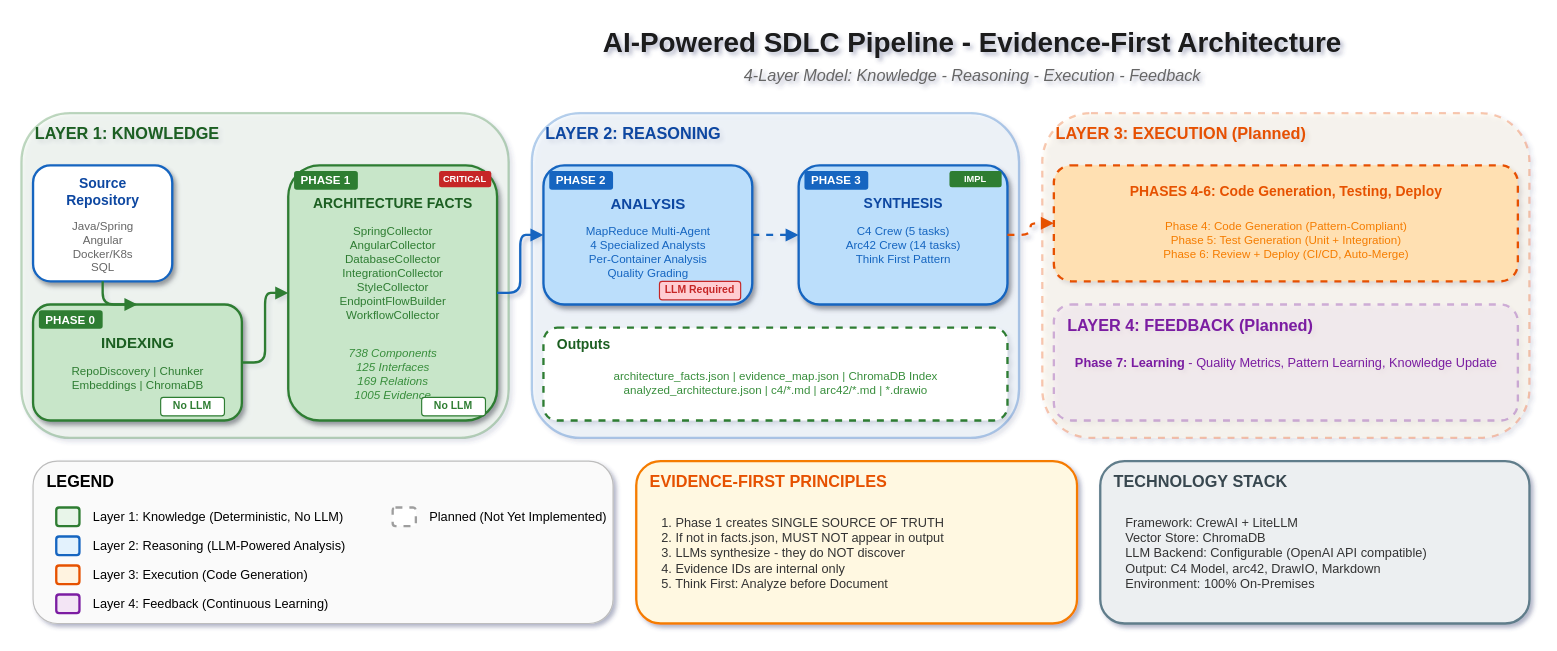
aymenmastouri/aicodegencrew keeps this draw.io diagram as docs/diagrams/phase-flow.drawio. Above is the earlier version. Source tidied: cells renumbered, new cells numbered last; positions are measured from the earlier drawing's top-left corner, leaving out a move shared by most shapes. Both pictures are drawn from the tidied source at 116%, with x=0, y=0 at pixel (21, 20).
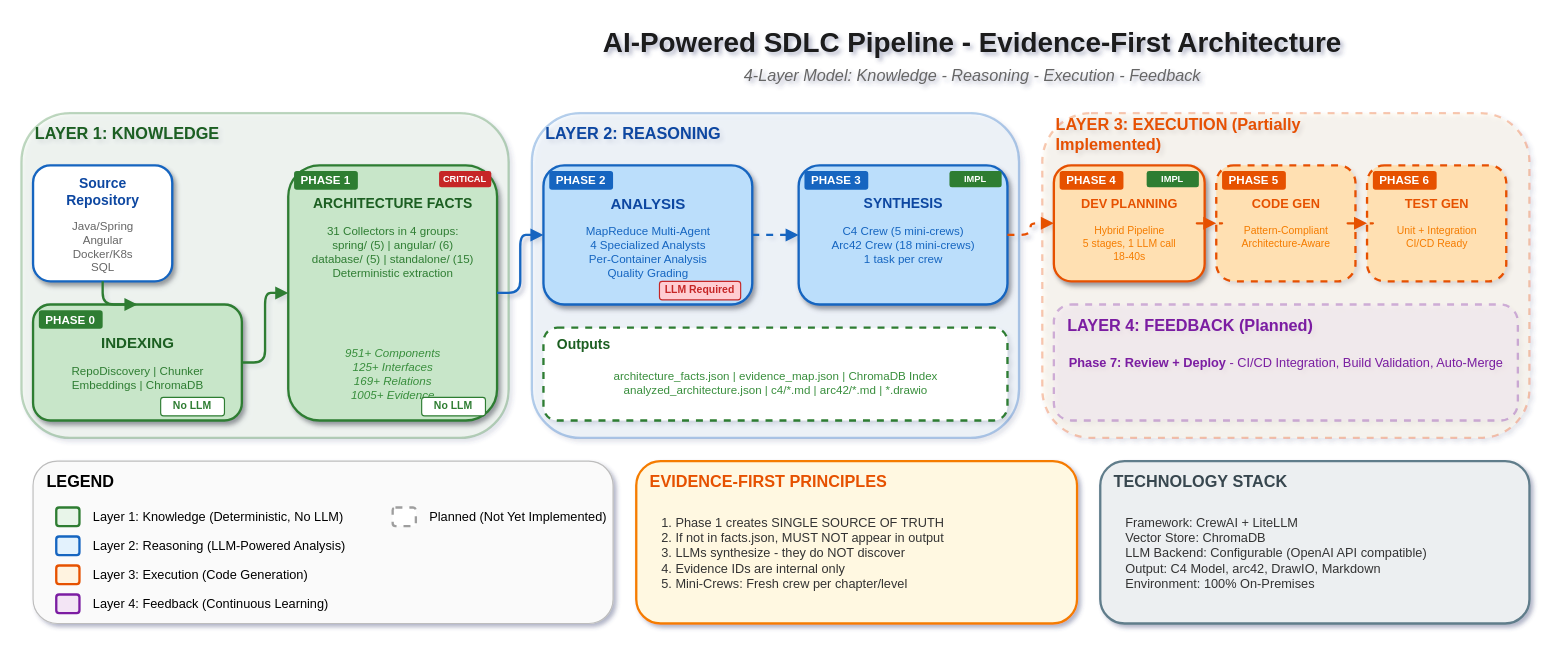
The same page after the edit.

The change refers to these unchanged cells:
```xml
<mxCell id="28" style="rounded=1;whiteSpace=wrap;html=1;fillColor=#BBDEFB;strokeColor=#1565C0;strokeWidth=2;shadow=1;" parent="1" vertex="1">
  <mxGeometry x="670" y="125" width="180" height="120" as="geometry" />
</mxCell>
```

What changed in the source:
```diff
@@
-    <mxCell id="18" value="SpringCollector&lt;br&gt;AngularCollector&lt;br&gt;DatabaseCollector&lt;br&gt;IntegrationCollector&lt;br&gt;StyleCollector&lt;br&gt;EndpointFlowBuilder&lt;br&gt;WorkflowCollector" style="text;html=1;strokeColor=none;fillColor=none;align=center;verticalAlign=top;fontSize=10;fontColor=#2E7D32;" parent="1" vertex="1">
+    <mxCell id="18" value="31 Collectors in 4 groups:&lt;br&gt;spring/ (5) | angular/ (6)&lt;br&gt;database/ (5) | standalone/ (15)&lt;br&gt;Deterministic extraction" style="text;html=1;strokeColor=none;fillColor=none;align=center;verticalAlign=top;fontSize=10;fontColor=#2E7D32;" parent="1" vertex="1">
       <mxGeometry x="230" y="170" width="180" height="100" as="geometry" />
     </mxCell>
-    <mxCell id="19" value="738 Components&lt;br&gt;125 Interfaces&lt;br&gt;169 Relations&lt;br&gt;1005 Evidence" style="text;html=1;strokeColor=none;fillColor=none;align=center;verticalAlign=top;fontSize=10;fontStyle=2;fontColor=#388E3C;" parent="1" vertex="1">
+    <mxCell id="19" value="951+ Components&lt;br&gt;125+ Interfaces&lt;br&gt;169+ Relations&lt;br&gt;1005+ Evidence" style="text;html=1;strokeColor=none;fillColor=none;align=center;verticalAlign=top;fontSize=10;fontStyle=2;fontColor=#388E3C;" parent="1" vertex="1">
       <mxGeometry x="230" y="275" width="180" height="50" as="geometry" />
     </mxCell>
@@
-    <mxCell id="32" value="C4 Crew (5 tasks)&lt;br&gt;Arc42 Crew (14 tasks)&lt;br&gt;Think First Pattern" style="text;html=1;strokeColor=none;fillColor=none;align=center;verticalAlign=top;fontSize=10;fontColor=#1565C0;" parent="1" vertex="1">
+    <mxCell id="32" value="C4 Crew (5 mini-crews)&lt;br&gt;Arc42 Crew (18 mini-crews)&lt;br&gt;1 task per crew" style="text;html=1;strokeColor=none;fillColor=none;align=center;verticalAlign=top;fontSize=10;fontColor=#1565C0;" parent="1" vertex="1">
       <mxGeometry x="670" y="170" width="180" height="55" as="geometry" />
     </mxCell>
@@
-    <mxCell id="37" value="LAYER 3: EXECUTION (Planned)" style="text;html=1;strokeColor=none;fillColor=none;align=left;verticalAlign=middle;whiteSpace=wrap;rounded=0;fontSize=14;fontStyle=1;fontColor=#E65100;" parent="1" vertex="1">
+    <mxCell id="37" value="LAYER 3: EXECUTION (Partially Implemented)" style="text;html=1;strokeColor=none;fillColor=none;align=left;verticalAlign=middle;whiteSpace=wrap;rounded=0;fontSize=14;fontStyle=1;fontColor=#E65100;" parent="1" vertex="1">
       <mxGeometry x="890" y="85" width="250" height="25" as="geometry" />
     </mxCell>
-    <mxCell id="38" style="rounded=1;whiteSpace=wrap;html=1;fillColor=#FFE0B2;strokeColor=#E65100;strokeWidth=2;dashed=1;" parent="1" vertex="1">
-      <mxGeometry x="890" y="125" width="400" height="100" as="geometry" />
-    </mxCell>
-    <mxCell id="39" value="&lt;b&gt;PHASES 4-6: Code Generation, Testing, Deploy&lt;/b&gt;" style="text;html=1;strokeColor=none;fillColor=none;align=center;verticalAlign=middle;fontSize=12;fontColor=#E65100;" parent="1" vertex="1">
-      <mxGeometry x="890" y="135" width="400" height="25" as="geometry" />
-    </mxCell>
-    <mxCell id="40" value="Phase 4: Code Generation (Pattern-Compliant)&lt;br&gt;Phase 5: Test Generation (Unit + Integration)&lt;br&gt;Phase 6: Review + Deploy (CI/CD, Auto-Merge)" style="text;html=1;strokeColor=none;fillColor=none;align=center;verticalAlign=top;fontSize=10;fontColor=#F57C00;" parent="1" vertex="1">
-      <mxGeometry x="890" y="165" width="400" height="50" as="geometry" />
-    </mxCell>
+    <mxCell id="67" style="rounded=1;whiteSpace=wrap;html=1;fillColor=#FFE0B2;strokeColor=#E65100;strokeWidth=2;shadow=1;" parent="1" vertex="1">
+      <mxGeometry x="890" y="125" width="130" height="100" as="geometry" />
+    </mxCell>
+    <mxCell id="68" value="PHASE 4" style="rounded=1;whiteSpace=wrap;html=1;fillColor=#E65100;strokeColor=none;fontColor=#ffffff;fontSize=10;fontStyle=1;" parent="1" vertex="1">
+      <mxGeometry x="895" y="130" width="55" height="16" as="geometry" />
+    </mxCell>
+    <mxCell id="69" value="IMPL" style="rounded=1;whiteSpace=wrap;html=1;fillColor=#2E7D32;strokeColor=none;fontColor=#ffffff;fontSize=8;fontStyle=1;" parent="1" vertex="1">
+      <mxGeometry x="970" y="130" width="45" height="14" as="geometry" />
+    </mxCell>
+    <mxCell id="70" value="&lt;b&gt;DEV PLANNING&lt;/b&gt;" style="text;html=1;strokeColor=none;fillColor=none;align=center;verticalAlign=middle;fontSize=11;fontColor=#E65100;" parent="1" vertex="1">
+      <mxGeometry x="890" y="148" width="130" height="20" as="geometry" />
+    </mxCell>
+    <mxCell id="71" value="Hybrid Pipeline&lt;br&gt;5 stages, 1 LLM call&lt;br&gt;18-40s" style="text;html=1;strokeColor=none;fillColor=none;align=center;verticalAlign=top;fontSize=9;fontColor=#F57C00;" parent="1" vertex="1">
+      <mxGeometry x="890" y="170" width="130" height="45" as="geometry" />
+    </mxCell>
+    <mxCell id="72" style="rounded=1;whiteSpace=wrap;html=1;fillColor=#FFE0B2;strokeColor=#E65100;strokeWidth=2;dashed=1;" parent="1" vertex="1">
+      <mxGeometry x="1030" y="125" width="120" height="100" as="geometry" />
+    </mxCell>
+    <mxCell id="73" value="PHASE 5" style="rounded=1;whiteSpace=wrap;html=1;fillColor=#E65100;strokeColor=none;fontColor=#ffffff;fontSize=10;fontStyle=1;" parent="1" vertex="1">
+      <mxGeometry x="1035" y="130" width="55" height="16" as="geometry" />
+    </mxCell>
+    <mxCell id="74" value="&lt;b&gt;CODE GEN&lt;/b&gt;" style="text;html=1;strokeColor=none;fillColor=none;align=center;verticalAlign=middle;fontSize=11;fontColor=#E65100;" parent="1" vertex="1">
+      <mxGeometry x="1030" y="148" width="120" height="20" as="geometry" />
+    </mxCell>
+    <mxCell id="75" value="Pattern-Compliant&lt;br&gt;Architecture-Aware" style="text;html=1;strokeColor=none;fillColor=none;align=center;verticalAlign=top;fontSize=9;fontColor=#F57C00;" parent="1" vertex="1">
+      <mxGeometry x="1030" y="170" width="120" height="35" as="geometry" />
+    </mxCell>
+    <mxCell id="76" style="rounded=1;whiteSpace=wrap;html=1;fillColor=#FFE0B2;strokeColor=#E65100;strokeWidth=2;dashed=1;" parent="1" vertex="1">
+      <mxGeometry x="1160" y="125" width="120" height="100" as="geometry" />
+    </mxCell>
+    <mxCell id="77" value="PHASE 6" style="rounded=1;whiteSpace=wrap;html=1;fillColor=#E65100;strokeColor=none;fontColor=#ffffff;fontSize=10;fontStyle=1;" parent="1" vertex="1">
+      <mxGeometry x="1165" y="130" width="55" height="16" as="geometry" />
+    </mxCell>
+    <mxCell id="78" value="&lt;b&gt;TEST GEN&lt;/b&gt;" style="text;html=1;strokeColor=none;fillColor=none;align=center;verticalAlign=middle;fontSize=11;fontColor=#E65100;" parent="1" vertex="1">
+      <mxGeometry x="1160" y="148" width="120" height="20" as="geometry" />
+    </mxCell>
+    <mxCell id="79" value="Unit + Integration&lt;br&gt;CI/CD Ready" style="text;html=1;strokeColor=none;fillColor=none;align=center;verticalAlign=top;fontSize=9;fontColor=#F57C00;" parent="1" vertex="1">
+      <mxGeometry x="1160" y="170" width="120" height="35" as="geometry" />
+    </mxCell>
+    <mxCell id="80" style="edgeStyle=orthogonalEdgeStyle;rounded=1;jettySize=auto;html=1;strokeWidth=2;strokeColor=#E65100;endArrow=block;endFill=1;dashed=1;" parent="1" edge="1" source="67" target="72">
+      <mxGeometry relative="1" as="geometry" />
+    </mxCell>
+    <mxCell id="81" style="edgeStyle=orthogonalEdgeStyle;rounded=1;jettySize=auto;html=1;strokeWidth=2;strokeColor=#E65100;endArrow=block;endFill=1;dashed=1;" parent="1" edge="1" source="72" target="76">
+      <mxGeometry relative="1" as="geometry" />
+    </mxCell>
@@
-    <mxCell id="43" value="&lt;b&gt;Phase 7: Learning&lt;/b&gt; - Quality Metrics, Pattern Learning, Knowledge Update" style="text;html=1;strokeColor=none;fillColor=none;align=center;verticalAlign=middle;fontSize=11;fontColor=#7B1FA2;" parent="1" vertex="1">
+    <mxCell id="43" value="&lt;b&gt;Phase 7: Review + Deploy&lt;/b&gt; - CI/CD Integration, Build Validation, Auto-Merge" style="text;html=1;strokeColor=none;fillColor=none;align=center;verticalAlign=middle;fontSize=11;fontColor=#7B1FA2;" parent="1" vertex="1">
       <mxGeometry x="890" y="280" width="400" height="30" as="geometry" />
     </mxCell>
@@
-    <mxCell id="48" style="edgeStyle=orthogonalEdgeStyle;rounded=1;jettySize=auto;html=1;strokeWidth=2;strokeColor=#E65100;endArrow=block;endFill=1;dashed=1;" parent="1" edge="1" source="28" target="38">
+    <mxCell id="48" style="edgeStyle=orthogonalEdgeStyle;rounded=1;jettySize=auto;html=1;strokeWidth=2;strokeColor=#E65100;endArrow=block;endFill=1;dashed=1;" parent="1" edge="1" source="28" target="67">
       <mxGeometry relative="1" as="geometry" />
     </mxCell>
@@
-    <mxCell id="63" value="1. Phase 1 creates SINGLE SOURCE OF TRUTH&lt;br&gt;2. If not in facts.json, MUST NOT appear in output&lt;br&gt;3. LLMs synthesize - they do NOT discover&lt;br&gt;4. Evidence IDs are internal only&lt;br&gt;5. Think First: Analyze before Document" style="text;html=1;strokeColor=none;fillColor=none;align=left;verticalAlign=top;fontSize=11;fontColor=#333333;spacingLeft=10;spacingTop=5;" parent="1" vertex="1">
+    <mxCell id="63" value="1. Phase 1 creates SINGLE SOURCE OF TRUTH&lt;br&gt;2. If not in facts.json, MUST NOT appear in output&lt;br&gt;3. LLMs synthesize - they do NOT discover&lt;br&gt;4. Evidence IDs are internal only&lt;br&gt;5. Mini-Crews: Fresh crew per chapter/level" style="text;html=1;strokeColor=none;fillColor=none;align=left;verticalAlign=top;fontSize=11;fontColor=#333333;spacingLeft=10;spacingTop=5;" parent="1" vertex="1">
       <mxGeometry x="540" y="415" width="360" height="95" as="geometry" />
     </mxCell>
```
